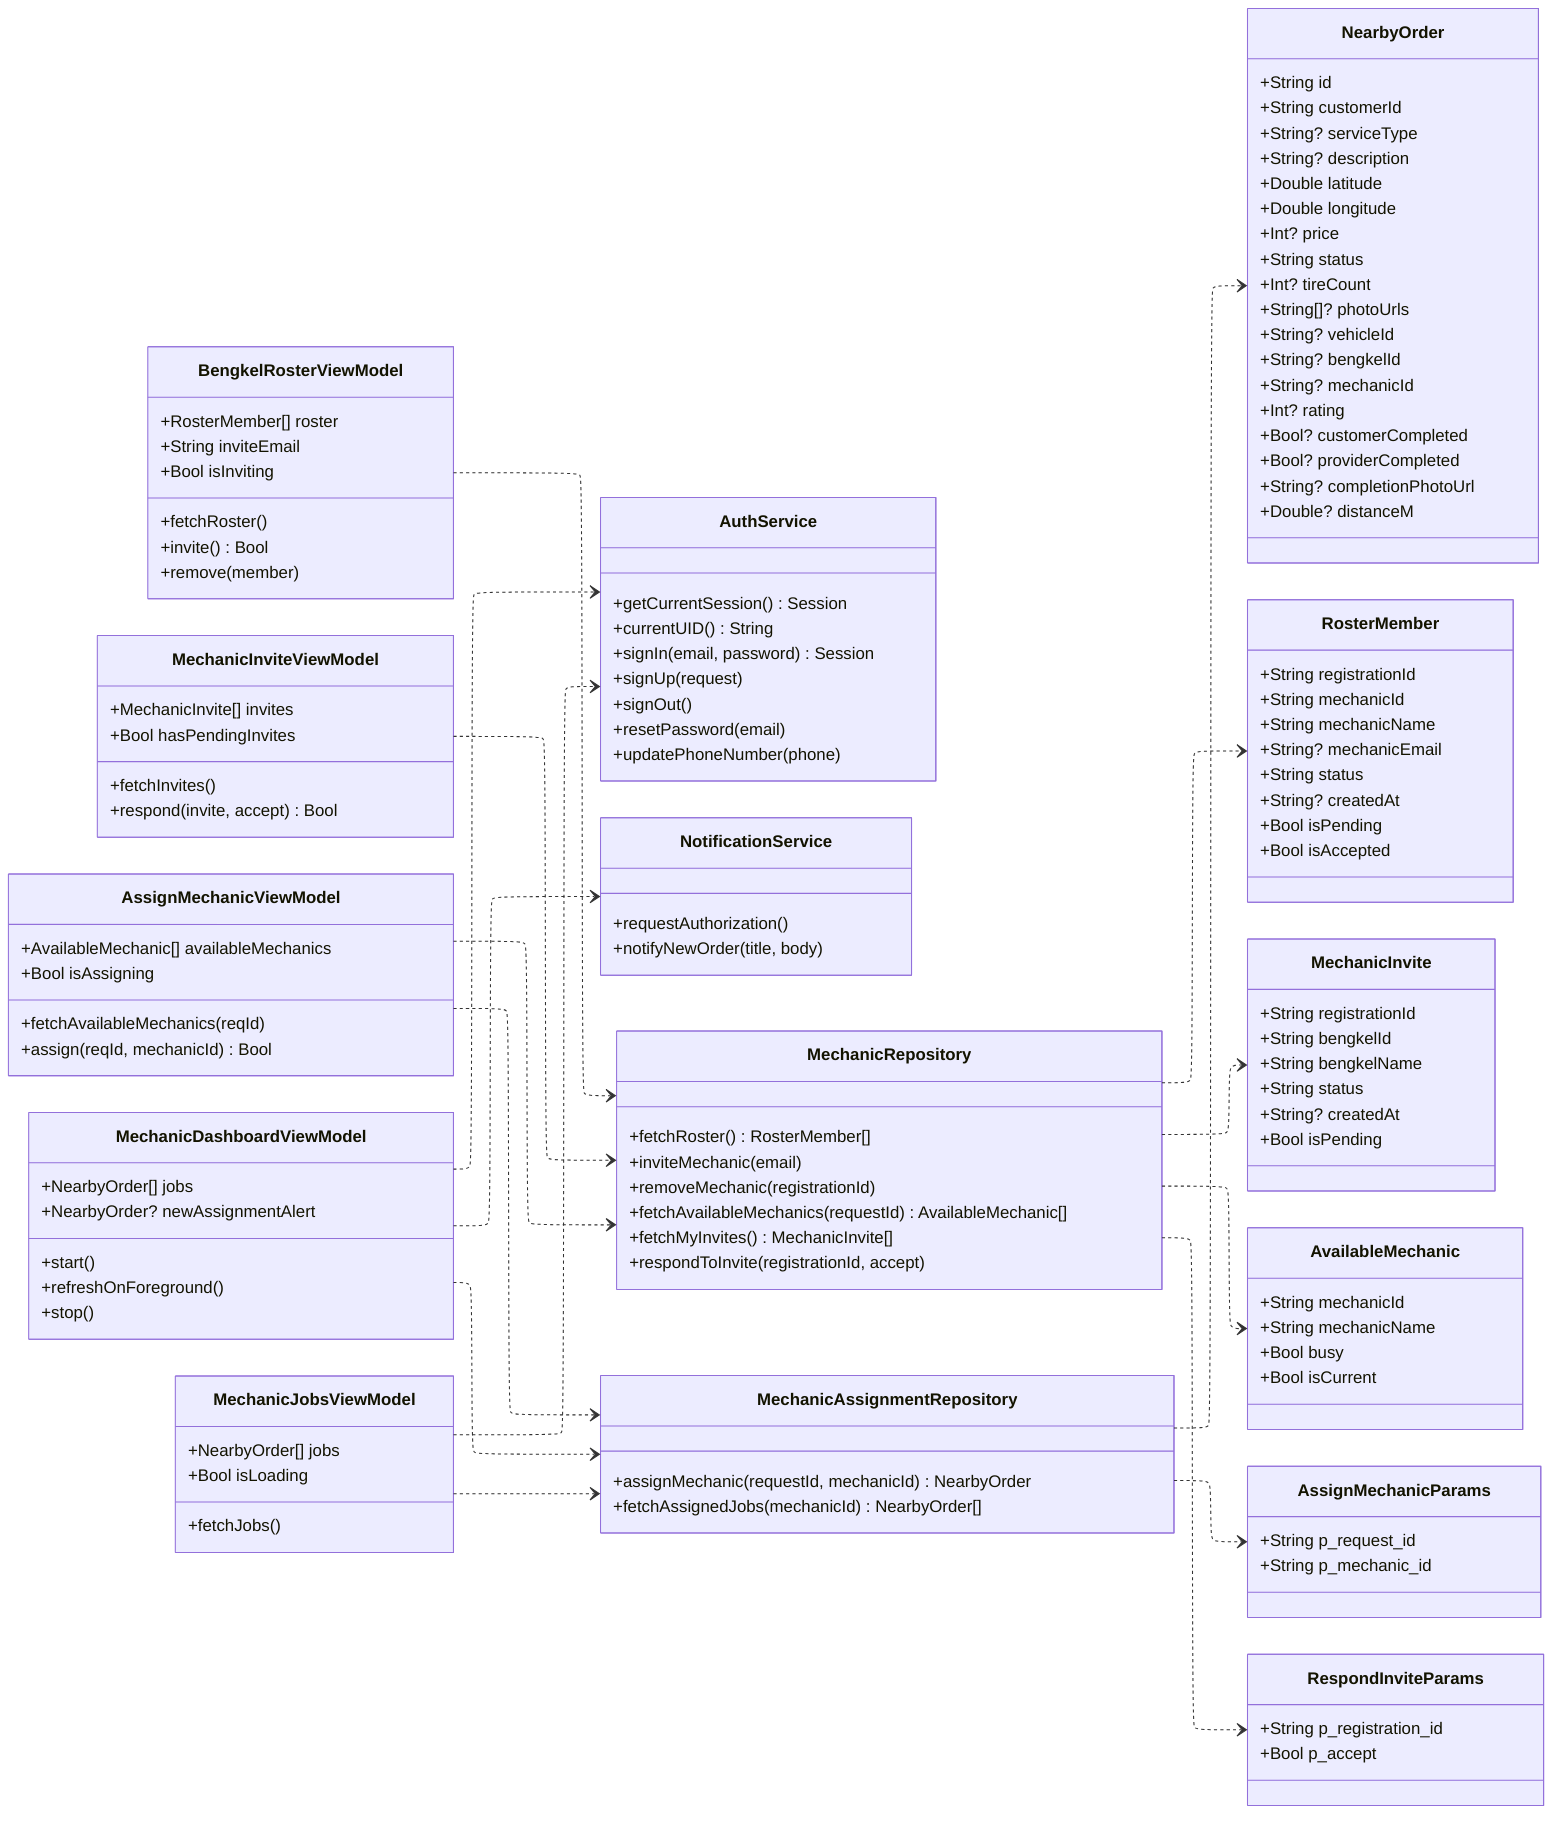
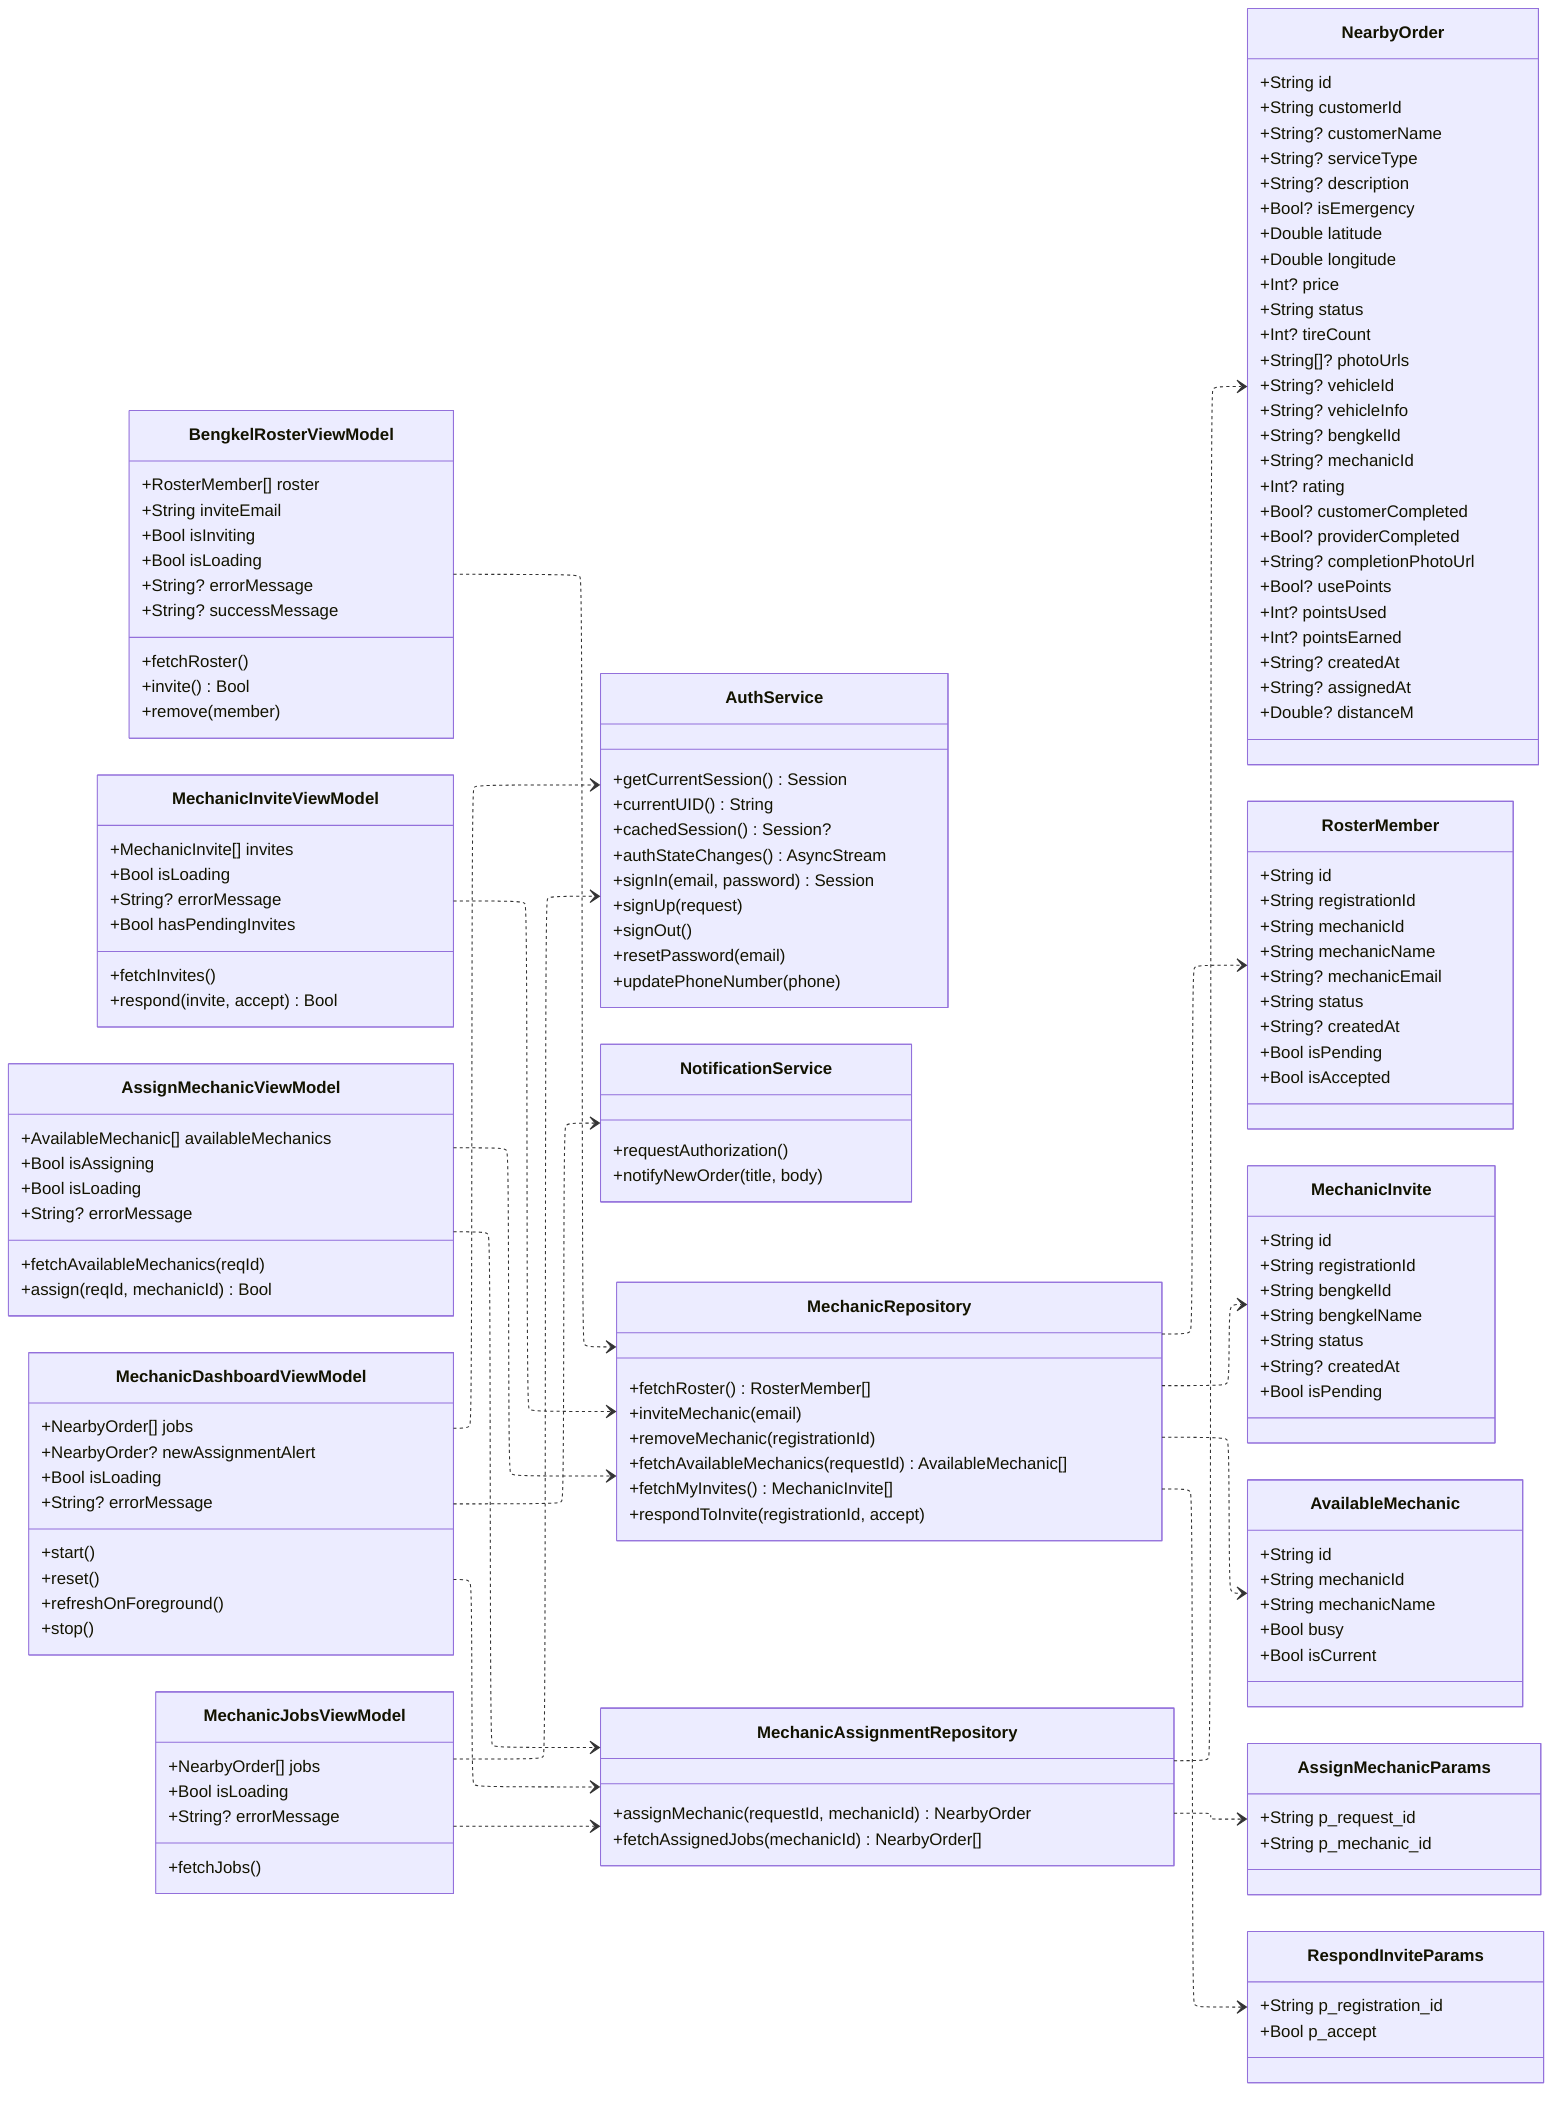
---
config:
  layout: elk
  elk:
    nodePlacementStrategy: LINEAR_SEGMENTS
    mergeEdges: false
---
classDiagram
    direction LR

    class AuthService {
        +getCurrentSession() Session
        +currentUID() String
+         +cachedSession() Session?
+         +authStateChanges() AsyncStream
        +signIn(email, password) Session
        +signUp(request)
        +signOut()
        +resetPassword(email)
        +updatePhoneNumber(phone)
    }
    class NotificationService {
        +requestAuthorization()
        +notifyNewOrder(title, body)
    }
    class MechanicRepository {
        +fetchRoster() RosterMember[]
        +inviteMechanic(email)
        +removeMechanic(registrationId)
        +fetchAvailableMechanics(requestId) AvailableMechanic[]
        +fetchMyInvites() MechanicInvite[]
        +respondToInvite(registrationId, accept)
    }
    class MechanicAssignmentRepository {
        +assignMechanic(requestId, mechanicId) NearbyOrder
        +fetchAssignedJobs(mechanicId) NearbyOrder[]
    }
    class NearbyOrder {
        +String id
        +String customerId
+         +String? customerName
        +String? serviceType
        +String? description
+         +Bool? isEmergency
        +Double latitude
        +Double longitude
        +Int? price
        +String status
        +Int? tireCount
        +String[]? photoUrls
        +String? vehicleId
+         +String? vehicleInfo
        +String? bengkelId
        +String? mechanicId
        +Int? rating
        +Bool? customerCompleted
        +Bool? providerCompleted
        +String? completionPhotoUrl
+         +Bool? usePoints
+         +Int? pointsUsed
+         +Int? pointsEarned
+         +String? createdAt
+         +String? assignedAt
        +Double? distanceM
    }
    class BengkelRosterViewModel {
        +RosterMember[] roster
        +String inviteEmail
        +Bool isInviting
+         +Bool isLoading
+         +String? errorMessage
+         +String? successMessage
        +fetchRoster()
        +invite() Bool
        +remove(member)
    }
    class MechanicInviteViewModel {
        +MechanicInvite[] invites
+         +Bool isLoading
+         +String? errorMessage
        +Bool hasPendingInvites
        +fetchInvites()
        +respond(invite, accept) Bool
    }
    class AssignMechanicViewModel {
        +AvailableMechanic[] availableMechanics
        +Bool isAssigning
+         +Bool isLoading
+         +String? errorMessage
        +fetchAvailableMechanics(reqId)
        +assign(reqId, mechanicId) Bool
    }
    class MechanicDashboardViewModel {
        +NearbyOrder[] jobs
        +NearbyOrder? newAssignmentAlert
+         +Bool isLoading
+         +String? errorMessage
        +start()
+         +reset()
        +refreshOnForeground()
        +stop()
    }
    class MechanicJobsViewModel {
        +NearbyOrder[] jobs
        +Bool isLoading
+         +String? errorMessage
        +fetchJobs()
    }
    class RosterMember {
+         +String id
        +String registrationId
        +String mechanicId
        +String mechanicName
        +String? mechanicEmail
        +String status
        +String? createdAt
        +Bool isPending
        +Bool isAccepted
    }
    class MechanicInvite {
+         +String id
        +String registrationId
        +String bengkelId
        +String bengkelName
        +String status
        +String? createdAt
        +Bool isPending
    }
    class AvailableMechanic {
+         +String id
        +String mechanicId
        +String mechanicName
        +Bool busy
        +Bool isCurrent
    }
    class AssignMechanicParams {
        +String p_request_id
        +String p_mechanic_id
    }
    class RespondInviteParams {
        +String p_registration_id
        +Bool p_accept
    }

    BengkelRosterViewModel ..> MechanicRepository
    MechanicInviteViewModel ..> MechanicRepository
    AssignMechanicViewModel ..> MechanicRepository
    AssignMechanicViewModel ..> MechanicAssignmentRepository
    MechanicDashboardViewModel ..> MechanicAssignmentRepository
    MechanicDashboardViewModel ..> AuthService
    MechanicDashboardViewModel ..> NotificationService
    MechanicJobsViewModel ..> MechanicAssignmentRepository
    MechanicJobsViewModel ..> AuthService
    MechanicRepository ..> RosterMember
    MechanicRepository ..> MechanicInvite
    MechanicRepository ..> AvailableMechanic
    MechanicRepository ..> RespondInviteParams
    MechanicAssignmentRepository ..> AssignMechanicParams
    MechanicAssignmentRepository ..> NearbyOrder

